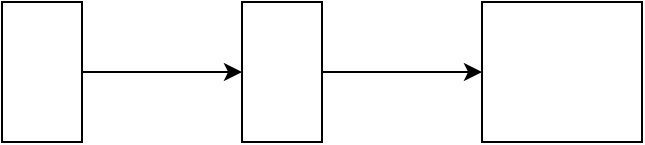
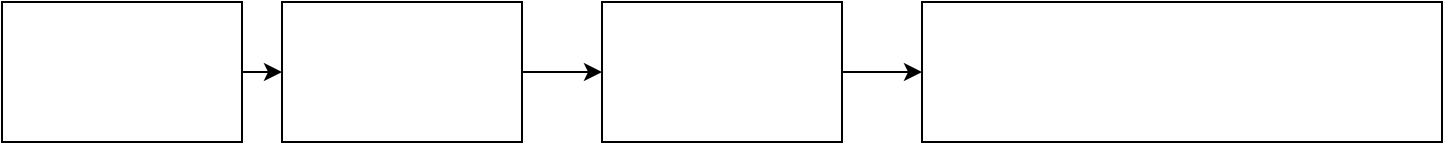
<mxfile>
  <diagram>
    <mxGraphModel>
      <root>
        <mxCell id="0"/>
        <mxCell id="1" parent="0"/>
+         <object gap="4" name="xtal0" placeholders="1" id="9">
+           <mxCell style="drawclockType=source;points=[[1.0000,0.5000,0,0,0]];" vertex="1" parent="1">
+             <mxGeometry x="0" y="40" width="120" height="70" as="geometry"/>
+           </mxCell>
+         </object>
        <object gap="4" name="pll0" placeholders="1" id="10">
-           <mxCell style="drawclockType=pll;points=[[1.0000,0.5000,0,0,0]];" vertex="1" parent="1">
-             <mxGeometry x="40" y="40" width="40" height="70" as="geometry"/>
+           <mxCell style="drawclockType=pll;points=[[0.3500,0.3333,0,0,0],[0.6500,0.3333,0,0,0]];" vertex="1" parent="1">
+             <mxGeometry x="140" y="40" width="120" height="70" as="geometry"/>
          </mxCell>
        </object>
        <object gap="4" name="gate0" placeholders="1" id="11">
          <mxCell style="drawclockType=gate;points=[[0.0000,0.5000,0,0,0],[1.0000,0.5000,0,0,0]];" vertex="1" parent="1">
-             <mxGeometry x="160" y="40" width="40" height="70" as="geometry"/>
+             <mxGeometry x="300" y="40" width="120" height="70" as="geometry"/>
          </mxCell>
        </object>
        <object freq="100" freq_gap="30" gap="4" name="clk0" placeholders="1" id="12">
          <mxCell style="drawclockType=clock;points=[[0.0000,0.5000,0,0,0]];" vertex="1" parent="1">
-             <mxGeometry x="280" y="40" width="80" height="70" as="geometry"/>
+             <mxGeometry x="460" y="40" width="260" height="70" as="geometry"/>
          </mxCell>
        </object>
+         <mxCell id="19" style="exitX=1;exitY=0.5;entryX=0;entryY=0.5;" edge="1" parent="1" source="9" target="10">
+           <mxGeometry relative="1" as="geometry"/>
+         </mxCell>
        <mxCell id="20" style="exitX=1;exitY=0.5;entryX=0;entryY=0.5;" edge="1" parent="1" source="10" target="11">
          <mxGeometry relative="1" as="geometry"/>
        </mxCell>
        <mxCell id="21" style="exitX=1;exitY=0.5;entryX=0;entryY=0.5;" edge="1" parent="1" source="11" target="12">
          <mxGeometry relative="1" as="geometry"/>
        </mxCell>
      </root>
    </mxGraphModel>
  </diagram>
</mxfile>
